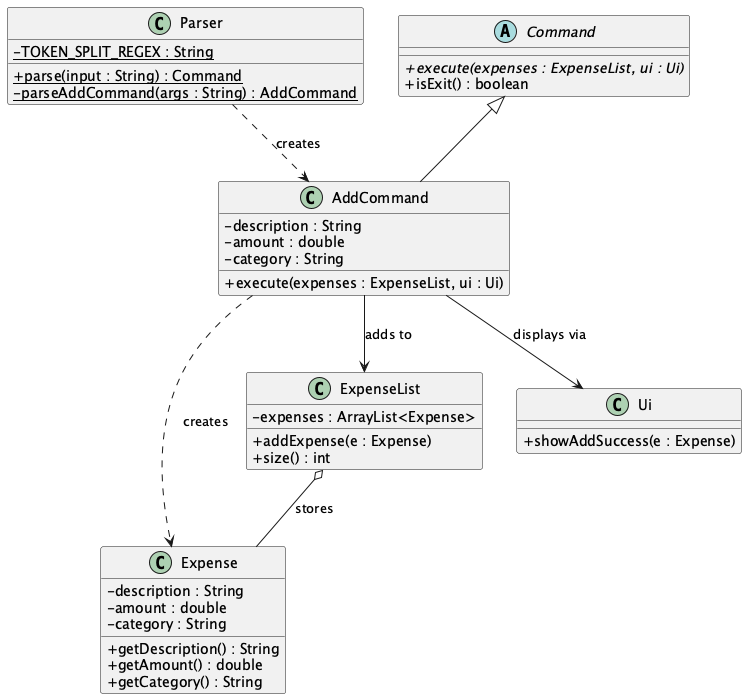
Before: docs/images/AddCommandClass.png, a diagram exported from PlantUML (AbhijitBalajee/tp).
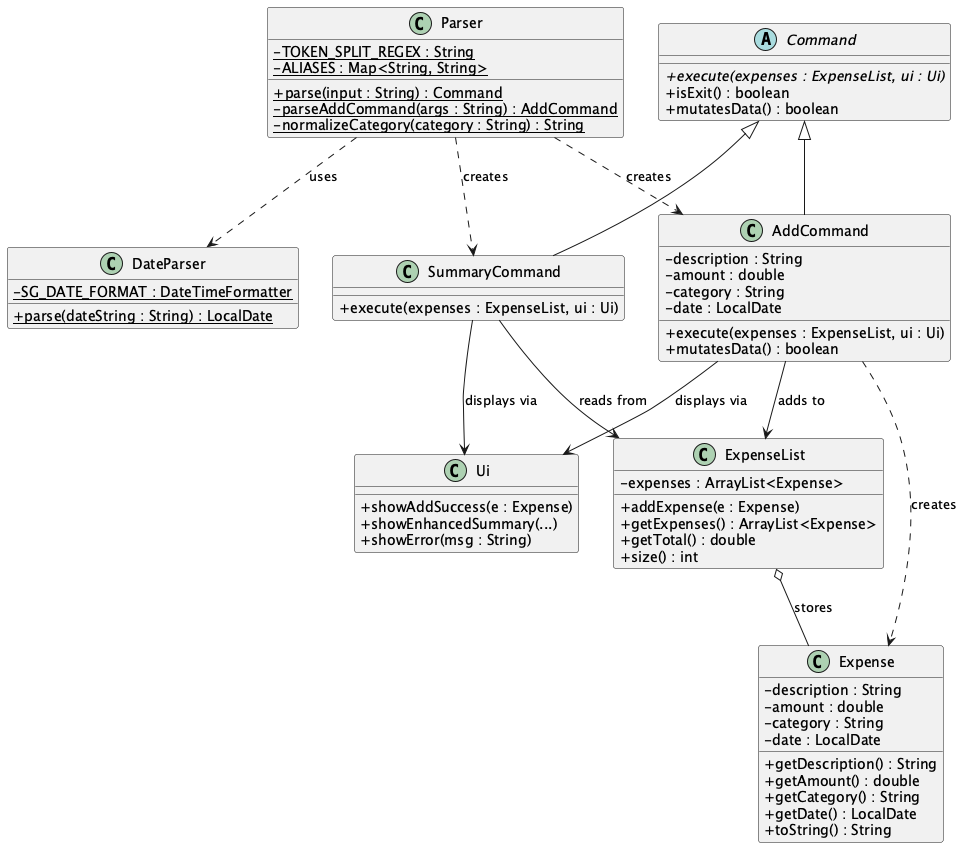
After the change.

Commit message:
docs: add v2.0 DG sections for date parsing, summary, aliases

Diff of the diagram source:
```diff
@@ -5,19 +5,33 @@
 
 class Parser {
     - {static} TOKEN_SPLIT_REGEX : String
+    - {static} ALIASES : Map<String, String>
     + {static} parse(input : String) : Command
     - {static} parseAddCommand(args : String) : AddCommand
+    - {static} normalizeCategory(category : String) : String
+}
+
+class DateParser {
+    - {static} SG_DATE_FORMAT : DateTimeFormatter
+    + {static} parse(dateString : String) : LocalDate
 }
 
 abstract class Command {
     + {abstract} execute(expenses : ExpenseList, ui : Ui)
     + isExit() : boolean
+    + mutatesData() : boolean
 }
 
 class AddCommand {
     - description : String
     - amount : double
     - category : String
+    - date : LocalDate
+    + execute(expenses : ExpenseList, ui : Ui)
+    + mutatesData() : boolean
+}
+
+class SummaryCommand {
     + execute(expenses : ExpenseList, ui : Ui)
 }
 
@@ -25,25 +39,37 @@
     - description : String
     - amount : double
     - category : String
+    - date : LocalDate
     + getDescription() : String
     + getAmount() : double
     + getCategory() : String
+    + getDate() : LocalDate
+    + toString() : String
 }
 
 class ExpenseList {
     - expenses : ArrayList<Expense>
     + addExpense(e : Expense)
+    + getExpenses() : ArrayList<Expense>
+    + getTotal() : double
     + size() : int
 }
 
 class Ui {
     + showAddSuccess(e : Expense)
+    + showEnhancedSummary(...)
+    + showError(msg : String)
 }
 
 Command <|-- AddCommand
+Command <|-- SummaryCommand
 Parser ..> AddCommand : creates
+Parser ..> SummaryCommand : creates
+Parser ..> DateParser : uses
 AddCommand ..> Expense : creates
 AddCommand --> ExpenseList : adds to
 AddCommand --> Ui : displays via
+SummaryCommand --> ExpenseList : reads from
+SummaryCommand --> Ui : displays via
 ExpenseList o-- Expense : stores
 @enduml
```
